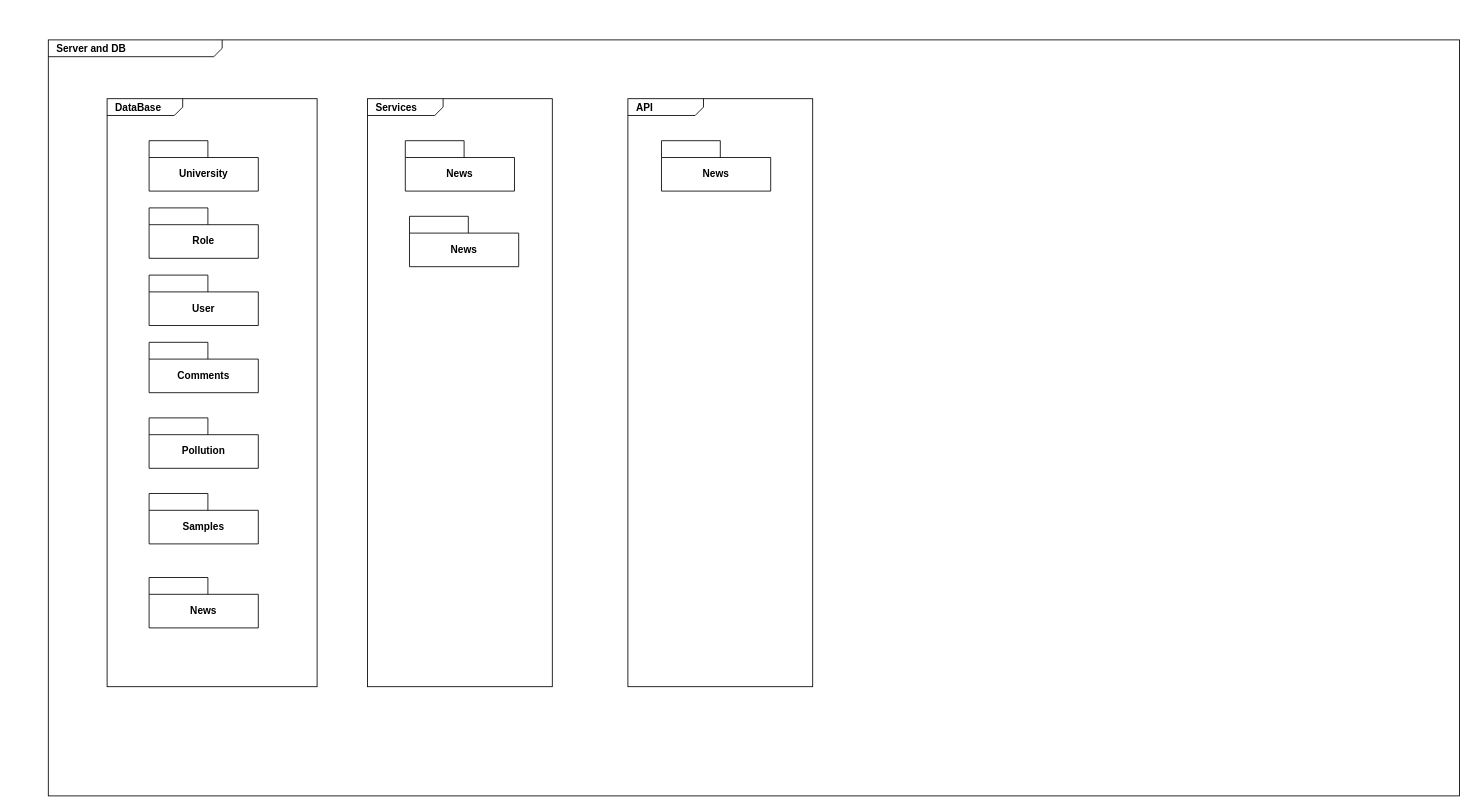
Above: Paquetage_bd.drawio in MurielleMardenli200/projet4_architecture (draw.io), before the change. Source tidied: cells renumbered, new cells numbered last; positions are measured from the earlier drawing's top-left corner, leaving out a move shared by most shapes. Both pictures are drawn from the tidied source at 84%, with x=0, y=0 at pixel (48, 39).
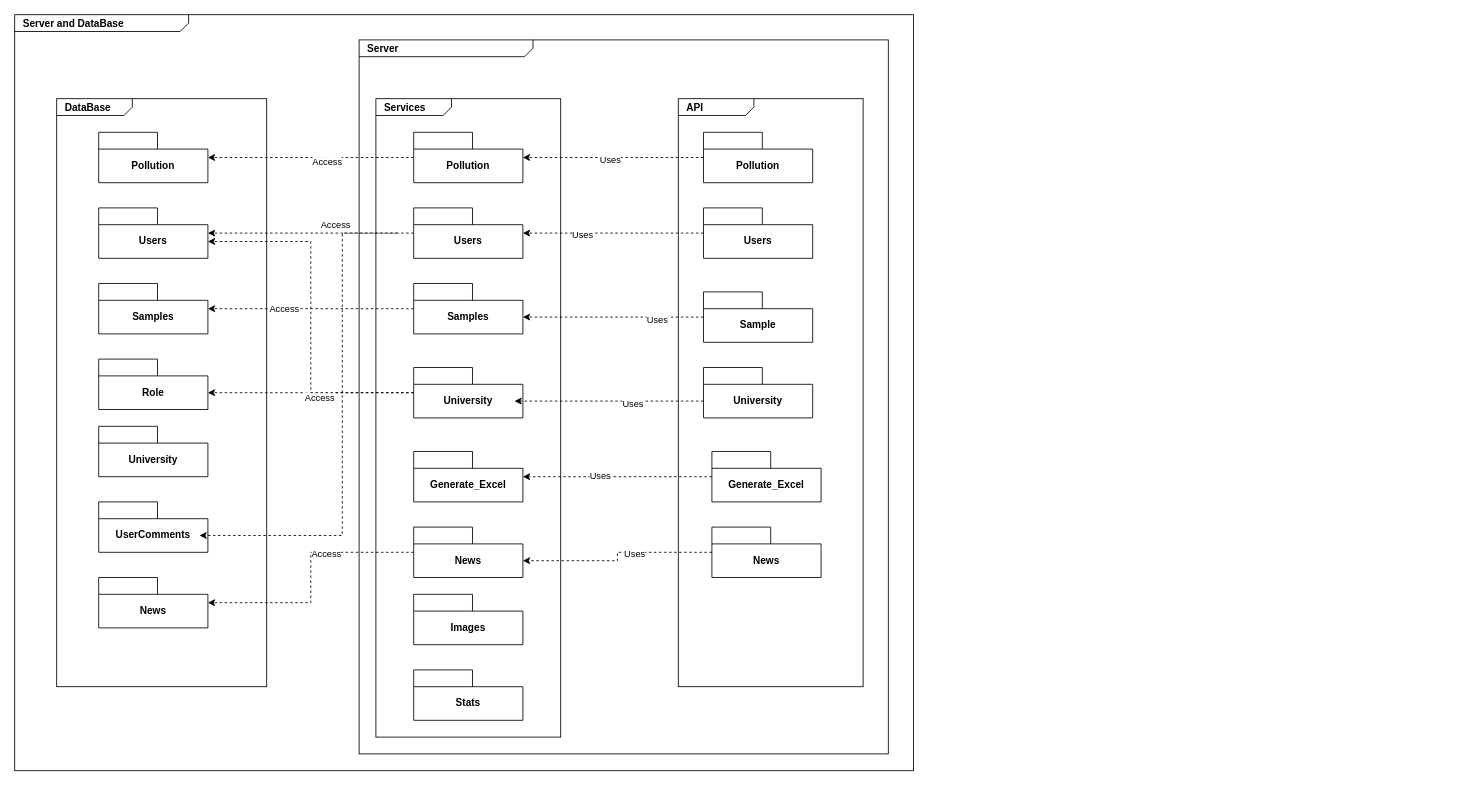
Above is the later version.

Change to the diagram source:
```diff
@@
+    <mxCell id="20" value="&lt;p style=&quot;margin: 0px ; margin-top: 4px ; margin-left: 10px ; text-align: left&quot;&gt;&lt;b&gt;Server and DataBase&lt;/b&gt;&lt;/p&gt;" style="html=1;strokeWidth=1;shape=mxgraph.sysml.package;html=1;overflow=fill;whiteSpace=wrap;fontSize=12;align=center;labelX=207;" parent="1" vertex="1">
+      <mxGeometry x="-40" y="-30" width="1070" height="900" as="geometry" />
+    </mxCell>
-    <mxCell id="2" value="&lt;p style=&quot;margin: 0px ; margin-top: 4px ; margin-left: 10px ; text-align: left&quot;&gt;&lt;b&gt;Server and DB&lt;/b&gt;&lt;/p&gt;" style="html=1;strokeWidth=1;shape=mxgraph.sysml.package;html=1;overflow=fill;whiteSpace=wrap;fontSize=12;align=center;labelX=207;" parent="1" vertex="1">
-      <mxGeometry width="1680" height="900" as="geometry" />
+    <mxCell id="2" value="&lt;p style=&quot;margin: 0px ; margin-top: 4px ; margin-left: 10px ; text-align: left&quot;&gt;&lt;b&gt;Server&lt;/b&gt;&lt;/p&gt;" style="html=1;strokeWidth=1;shape=mxgraph.sysml.package;html=1;overflow=fill;whiteSpace=wrap;fontSize=12;align=center;labelX=207;" parent="1" vertex="1">
+      <mxGeometry x="370" width="630" height="850" as="geometry" />
     </mxCell>
     <mxCell id="3" value="&lt;p style=&quot;margin:0px;margin-top:4px;margin-left:10px;text-align:left;&quot;&gt;&lt;b&gt;DataBase&lt;/b&gt;&lt;/p&gt;" style="html=1;shape=mxgraph.sysml.package;html=1;overflow=fill;whiteSpace=wrap;" parent="1" vertex="1">
-      <mxGeometry x="70" y="70" width="250" height="700" as="geometry" />
+      <mxGeometry x="10" y="70" width="250" height="700" as="geometry" />
     </mxCell>
@@
     <mxCell id="8" value="University" style="shape=folder;fontStyle=1;tabWidth=70;tabHeight=20;tabPosition=left;html=1;boundedLbl=1;whiteSpace=wrap;" parent="1" vertex="1">
-      <mxGeometry x="120" y="120" width="130" height="60" as="geometry" />
+      <mxGeometry x="60" y="460" width="130" height="60" as="geometry" />
     </mxCell>
-    <mxCell id="9" value="User" style="shape=folder;fontStyle=1;tabWidth=70;tabHeight=20;tabPosition=left;html=1;boundedLbl=1;whiteSpace=wrap;" parent="1" vertex="1">
-      <mxGeometry x="120" y="280" width="130" height="60" as="geometry" />
+    <mxCell id="9" value="Users" style="shape=folder;fontStyle=1;tabWidth=70;tabHeight=20;tabPosition=left;html=1;boundedLbl=1;whiteSpace=wrap;" parent="1" vertex="1">
+      <mxGeometry x="60" y="200" width="130" height="60" as="geometry" />
     </mxCell>
     <mxCell id="10" value="Role" style="shape=folder;fontStyle=1;tabWidth=70;tabHeight=20;tabPosition=left;html=1;boundedLbl=1;whiteSpace=wrap;" parent="1" vertex="1">
-      <mxGeometry x="120" y="200" width="130" height="60" as="geometry" />
+      <mxGeometry x="60" y="380" width="130" height="60" as="geometry" />
     </mxCell>
     <mxCell id="11" value="Samples" style="shape=folder;fontStyle=1;tabWidth=70;tabHeight=20;tabPosition=left;html=1;boundedLbl=1;whiteSpace=wrap;" parent="1" vertex="1">
-      <mxGeometry x="120" y="540" width="130" height="60" as="geometry" />
+      <mxGeometry x="60" y="290" width="130" height="60" as="geometry" />
     </mxCell>
     <mxCell id="12" value="Pollution" style="shape=folder;fontStyle=1;tabWidth=70;tabHeight=20;tabPosition=left;html=1;boundedLbl=1;whiteSpace=wrap;" parent="1" vertex="1">
-      <mxGeometry x="120" y="450" width="130" height="60" as="geometry" />
+      <mxGeometry x="60" y="110" width="130" height="60" as="geometry" />
     </mxCell>
     <mxCell id="13" value="News" style="shape=folder;fontStyle=1;tabWidth=70;tabHeight=20;tabPosition=left;html=1;boundedLbl=1;whiteSpace=wrap;" parent="1" vertex="1">
-      <mxGeometry x="120" y="640" width="130" height="60" as="geometry" />
+      <mxGeometry x="60" y="640" width="130" height="60" as="geometry" />
     </mxCell>
-    <mxCell id="14" value="Comments" style="shape=folder;fontStyle=1;tabWidth=70;tabHeight=20;tabPosition=left;html=1;boundedLbl=1;whiteSpace=wrap;" parent="1" vertex="1">
-      <mxGeometry x="120" y="360" width="130" height="60" as="geometry" />
+    <mxCell id="14" value="&lt;font style=&quot;color: rgb(0, 0, 0);&quot;&gt;UserComments&lt;/font&gt;" style="shape=folder;fontStyle=1;tabWidth=70;tabHeight=20;tabPosition=left;html=1;boundedLbl=1;whiteSpace=wrap;strokeColor=light-dark(#000000,#FFFFFF);" parent="1" vertex="1">
+      <mxGeometry x="60" y="550" width="130" height="60" as="geometry" />
     </mxCell>
     <mxCell id="15" value="&lt;p style=&quot;margin:0px;margin-top:4px;margin-left:10px;text-align:left;&quot;&gt;&lt;b&gt;API&lt;/b&gt;&lt;/p&gt;" style="html=1;shape=mxgraph.sysml.package;html=1;overflow=fill;whiteSpace=wrap;fillColor=none;" parent="1" vertex="1">
-      <mxGeometry x="690" y="70" width="220" height="700" as="geometry" />
+      <mxGeometry x="750" y="70" width="220" height="700" as="geometry" />
     </mxCell>
     <mxCell id="16" value="News" style="shape=folder;fontStyle=1;tabWidth=70;tabHeight=20;tabPosition=left;html=1;boundedLbl=1;whiteSpace=wrap;" parent="1" vertex="1">
-      <mxGeometry x="730" y="120" width="130" height="60" as="geometry" />
+      <mxGeometry x="790" y="580" width="130" height="60" as="geometry" />
     </mxCell>
     <mxCell id="17" value="&lt;p style=&quot;margin:0px;margin-top:4px;margin-left:10px;text-align:left;&quot;&gt;&lt;b&gt;Services&lt;/b&gt;&lt;/p&gt;" style="html=1;shape=mxgraph.sysml.package;html=1;overflow=fill;whiteSpace=wrap;fillColor=none;" parent="1" vertex="1">
-      <mxGeometry x="380" y="70" width="220" height="700" as="geometry" />
+      <mxGeometry x="390" y="70" width="220" height="760" as="geometry" />
     </mxCell>
+    <mxCell id="21" style="edgeStyle=orthogonalEdgeStyle;shape=connector;rounded=0;jettySize=auto;html=1;dashed=1;strokeColor=default;align=center;verticalAlign=middle;fontFamily=Helvetica;fontSize=11;fontColor=default;labelBackgroundColor=default;endArrow=classic;" parent="1" edge="1" source="18" target="13">
+      <mxGeometry relative="1" as="geometry" />
+    </mxCell>
+    <mxCell id="22" value="Access" style="edgeLabel;html=1;align=center;verticalAlign=middle;fontFamily=Helvetica;fontSize=11;fontColor=default;labelBackgroundColor=default;" parent="21" vertex="1">
+      <mxGeometry x="-0.31" y="1" relative="1" as="geometry" />
+    </mxCell>
     <mxCell id="18" value="News" style="shape=folder;fontStyle=1;tabWidth=70;tabHeight=20;tabPosition=left;html=1;boundedLbl=1;whiteSpace=wrap;" parent="1" vertex="1">
-      <mxGeometry x="425" y="120" width="130" height="60" as="geometry" />
+      <mxGeometry x="435" y="580" width="130" height="60" as="geometry" />
     </mxCell>
-    <mxCell id="19" value="News" style="shape=folder;fontStyle=1;tabWidth=70;tabHeight=20;tabPosition=left;html=1;boundedLbl=1;whiteSpace=wrap;" parent="1" vertex="1">
-      <mxGeometry x="430" y="210" width="130" height="60" as="geometry" />
+    <mxCell id="19" value="Generate_Excel" style="shape=folder;fontStyle=1;tabWidth=70;tabHeight=20;tabPosition=left;html=1;boundedLbl=1;whiteSpace=wrap;" parent="1" vertex="1">
+      <mxGeometry x="435" y="490" width="130" height="60" as="geometry" />
     </mxCell>
+    <mxCell id="23" style="edgeStyle=orthogonalEdgeStyle;rounded=0;jettySize=auto;html=1;dashed=1;" parent="1" edge="1" source="25" target="12">
+      <mxGeometry relative="1" as="geometry" />
+    </mxCell>
+    <mxCell id="24" value="Access" style="edgeLabel;html=1;align=center;verticalAlign=middle;fontFamily=Helvetica;fontSize=11;fontColor=default;labelBackgroundColor=default;" parent="23" vertex="1">
+      <mxGeometry x="-0.15" y="5" relative="1" as="geometry" />
+    </mxCell>
+    <mxCell id="25" value="Pollution" style="shape=folder;fontStyle=1;tabWidth=70;tabHeight=20;tabPosition=left;html=1;boundedLbl=1;whiteSpace=wrap;" parent="1" vertex="1">
+      <mxGeometry x="435" y="110" width="130" height="60" as="geometry" />
+    </mxCell>
+    <mxCell id="26" style="edgeStyle=orthogonalEdgeStyle;shape=connector;rounded=0;jettySize=auto;html=1;dashed=1;strokeColor=default;align=center;verticalAlign=middle;fontFamily=Helvetica;fontSize=11;fontColor=default;labelBackgroundColor=default;endArrow=classic;" parent="1" edge="1" source="28" target="9">
+      <mxGeometry relative="1" as="geometry" />
+    </mxCell>
+    <mxCell id="27" value="Access" style="edgeLabel;html=1;align=center;verticalAlign=middle;fontFamily=Helvetica;fontSize=11;fontColor=default;labelBackgroundColor=default;" parent="26" vertex="1">
+      <mxGeometry x="-0.23" y="-2" relative="1" as="geometry">
+        <mxPoint y="-8" as="offset" />
+      </mxGeometry>
+    </mxCell>
+    <mxCell id="28" value="Users" style="shape=folder;fontStyle=1;tabWidth=70;tabHeight=20;tabPosition=left;html=1;boundedLbl=1;whiteSpace=wrap;" parent="1" vertex="1">
+      <mxGeometry x="435" y="200" width="130" height="60" as="geometry" />
+    </mxCell>
+    <mxCell id="29" style="edgeStyle=orthogonalEdgeStyle;shape=connector;rounded=0;jettySize=auto;html=1;dashed=1;strokeColor=default;align=center;verticalAlign=middle;fontFamily=Helvetica;fontSize=11;fontColor=default;labelBackgroundColor=default;endArrow=classic;" parent="1" edge="1" source="31" target="11">
+      <mxGeometry relative="1" as="geometry" />
+    </mxCell>
+    <mxCell id="30" value="Access" style="edgeLabel;html=1;align=center;verticalAlign=middle;fontFamily=Helvetica;fontSize=11;fontColor=default;labelBackgroundColor=default;" parent="29" vertex="1">
+      <mxGeometry x="0.13" y="2" relative="1" as="geometry">
+        <mxPoint x="-17" y="-2" as="offset" />
+      </mxGeometry>
+    </mxCell>
+    <mxCell id="31" value="Samples" style="shape=folder;fontStyle=1;tabWidth=70;tabHeight=20;tabPosition=left;html=1;boundedLbl=1;whiteSpace=wrap;" parent="1" vertex="1">
+      <mxGeometry x="435" y="290" width="130" height="60" as="geometry" />
+    </mxCell>
+    <mxCell id="32" value="University" style="shape=folder;fontStyle=1;tabWidth=70;tabHeight=20;tabPosition=left;html=1;boundedLbl=1;whiteSpace=wrap;" parent="1" vertex="1">
+      <mxGeometry x="435" y="390" width="130" height="60" as="geometry" />
+    </mxCell>
+    <mxCell id="33" value="Images" style="shape=folder;fontStyle=1;tabWidth=70;tabHeight=20;tabPosition=left;html=1;boundedLbl=1;whiteSpace=wrap;" parent="1" vertex="1">
+      <mxGeometry x="435" y="660" width="130" height="60" as="geometry" />
+    </mxCell>
+    <mxCell id="34" value="Stats" style="shape=folder;fontStyle=1;tabWidth=70;tabHeight=20;tabPosition=left;html=1;boundedLbl=1;whiteSpace=wrap;" parent="1" vertex="1">
+      <mxGeometry x="435" y="750" width="130" height="60" as="geometry" />
+    </mxCell>
+    <mxCell id="35" style="edgeStyle=orthogonalEdgeStyle;shape=connector;rounded=0;jettySize=auto;html=1;entryX=0;entryY=0;entryDx=130;entryDy=40;entryPerimeter=0;dashed=1;strokeColor=default;align=center;verticalAlign=middle;fontFamily=Helvetica;fontSize=11;fontColor=default;labelBackgroundColor=default;endArrow=classic;" parent="1" edge="1" source="32" target="10">
+      <mxGeometry relative="1" as="geometry" />
+    </mxCell>
+    <mxCell id="36" value="Access" style="edgeLabel;html=1;align=center;verticalAlign=middle;fontFamily=Helvetica;fontSize=11;fontColor=default;labelBackgroundColor=default;" parent="35" vertex="1">
+      <mxGeometry x="-0.08" y="-2" relative="1" as="geometry">
+        <mxPoint y="7" as="offset" />
+      </mxGeometry>
+    </mxCell>
+    <mxCell id="37" style="edgeStyle=orthogonalEdgeStyle;shape=connector;rounded=0;jettySize=auto;html=1;entryX=0;entryY=0;entryDx=130;entryDy=40;entryPerimeter=0;dashed=1;strokeColor=default;align=center;verticalAlign=middle;fontFamily=Helvetica;fontSize=11;fontColor=default;labelBackgroundColor=default;endArrow=classic;" parent="1" edge="1" source="32" target="9">
+      <mxGeometry relative="1" as="geometry" />
+    </mxCell>
+    <mxCell id="38" style="edgeStyle=orthogonalEdgeStyle;shape=connector;rounded=0;orthogonalLoop=1;jettySize=auto;html=1;entryX=0;entryY=0;entryDx=130;entryDy=40;entryPerimeter=0;dashed=1;strokeColor=default;align=center;verticalAlign=middle;fontFamily=Helvetica;fontSize=11;fontColor=default;labelBackgroundColor=default;endArrow=classic;" parent="1" edge="1">
+      <mxGeometry relative="1" as="geometry">
+        <mxPoint x="415" y="230" as="sourcePoint" />
+        <mxPoint x="180" y="590" as="targetPoint" />
+        <Array as="points">
+          <mxPoint x="350" y="230" />
+          <mxPoint x="350" y="590" />
+        </Array>
+      </mxGeometry>
+    </mxCell>
+    <mxCell id="39" style="edgeStyle=orthogonalEdgeStyle;shape=connector;rounded=0;jettySize=auto;html=1;dashed=1;strokeColor=default;align=center;verticalAlign=middle;fontFamily=Helvetica;fontSize=11;fontColor=default;labelBackgroundColor=default;endArrow=classic;" parent="1" edge="1" source="41" target="19">
+      <mxGeometry relative="1" as="geometry" />
+    </mxCell>
+    <mxCell id="40" value="Uses" style="edgeLabel;html=1;align=center;verticalAlign=middle;fontFamily=Helvetica;fontSize=11;fontColor=default;labelBackgroundColor=default;" parent="39" vertex="1">
+      <mxGeometry x="0.2" y="-2" relative="1" as="geometry">
+        <mxPoint x="1" as="offset" />
+      </mxGeometry>
+    </mxCell>
+    <mxCell id="41" value="Generate_Excel" style="shape=folder;fontStyle=1;tabWidth=70;tabHeight=20;tabPosition=left;html=1;boundedLbl=1;whiteSpace=wrap;" parent="1" vertex="1">
+      <mxGeometry x="790" y="490" width="130" height="60" as="geometry" />
+    </mxCell>
+    <mxCell id="42" style="edgeStyle=orthogonalEdgeStyle;shape=connector;rounded=0;jettySize=auto;html=1;dashed=1;strokeColor=default;align=center;verticalAlign=middle;fontFamily=Helvetica;fontSize=11;fontColor=default;labelBackgroundColor=default;endArrow=classic;" parent="1" edge="1" source="44" target="25">
+      <mxGeometry relative="1" as="geometry" />
+    </mxCell>
+    <mxCell id="43" value="Uses" style="edgeLabel;html=1;align=center;verticalAlign=middle;fontFamily=Helvetica;fontSize=11;fontColor=default;labelBackgroundColor=default;" parent="42" vertex="1">
+      <mxGeometry x="0.05" y="2" relative="1" as="geometry">
+        <mxPoint x="1" as="offset" />
+      </mxGeometry>
+    </mxCell>
+    <mxCell id="44" value="Pollution" style="shape=folder;fontStyle=1;tabWidth=70;tabHeight=20;tabPosition=left;html=1;boundedLbl=1;whiteSpace=wrap;" parent="1" vertex="1">
+      <mxGeometry x="780" y="110" width="130" height="60" as="geometry" />
+    </mxCell>
+    <mxCell id="45" value="Users" style="shape=folder;fontStyle=1;tabWidth=70;tabHeight=20;tabPosition=left;html=1;boundedLbl=1;whiteSpace=wrap;" parent="1" vertex="1">
+      <mxGeometry x="780" y="200" width="130" height="60" as="geometry" />
+    </mxCell>
+    <mxCell id="46" style="edgeStyle=orthogonalEdgeStyle;shape=connector;rounded=0;jettySize=auto;html=1;entryX=0;entryY=0;entryDx=130;entryDy=30;entryPerimeter=0;dashed=1;strokeColor=default;align=center;verticalAlign=middle;fontFamily=Helvetica;fontSize=11;fontColor=default;labelBackgroundColor=default;endArrow=classic;" parent="1" edge="1" source="45" target="28">
+      <mxGeometry relative="1" as="geometry" />
+    </mxCell>
+    <mxCell id="47" value="Uses" style="edgeLabel;html=1;align=center;verticalAlign=middle;fontFamily=Helvetica;fontSize=11;fontColor=default;labelBackgroundColor=default;" parent="46" vertex="1">
+      <mxGeometry x="0.36" y="1" relative="1" as="geometry">
+        <mxPoint x="1" as="offset" />
+      </mxGeometry>
+    </mxCell>
+    <mxCell id="48" value="Sample" style="shape=folder;fontStyle=1;tabWidth=70;tabHeight=20;tabPosition=left;html=1;boundedLbl=1;whiteSpace=wrap;" parent="1" vertex="1">
+      <mxGeometry x="780" y="300" width="130" height="60" as="geometry" />
+    </mxCell>
+    <mxCell id="49" style="edgeStyle=orthogonalEdgeStyle;shape=connector;rounded=0;jettySize=auto;html=1;entryX=0;entryY=0;entryDx=130;entryDy=40;entryPerimeter=0;dashed=1;strokeColor=default;align=center;verticalAlign=middle;fontFamily=Helvetica;fontSize=11;fontColor=default;labelBackgroundColor=default;endArrow=classic;" parent="1" edge="1" source="48" target="31">
+      <mxGeometry relative="1" as="geometry" />
+    </mxCell>
+    <mxCell id="50" value="Uses" style="edgeLabel;html=1;align=center;verticalAlign=middle;fontFamily=Helvetica;fontSize=11;fontColor=default;labelBackgroundColor=default;" parent="49" vertex="1">
+      <mxGeometry x="-0.47" y="2" relative="1" as="geometry">
+        <mxPoint x="1" as="offset" />
+      </mxGeometry>
+    </mxCell>
+    <mxCell id="51" style="edgeStyle=orthogonalEdgeStyle;shape=connector;rounded=0;jettySize=auto;html=1;dashed=1;strokeColor=default;align=center;verticalAlign=middle;fontFamily=Helvetica;fontSize=11;fontColor=default;labelBackgroundColor=default;endArrow=classic;exitX=0;exitY=0;exitDx=0;exitDy=40;exitPerimeter=0;" parent="1" edge="1" source="53">
+      <mxGeometry relative="1" as="geometry">
+        <mxPoint x="555" y="430" as="targetPoint" />
+      </mxGeometry>
+    </mxCell>
+    <mxCell id="52" value="Uses" style="edgeLabel;html=1;align=center;verticalAlign=middle;fontFamily=Helvetica;fontSize=11;fontColor=default;labelBackgroundColor=default;" parent="51" vertex="1">
+      <mxGeometry x="-0.24" y="3" relative="1" as="geometry">
+        <mxPoint x="1" as="offset" />
+      </mxGeometry>
+    </mxCell>
+    <mxCell id="53" value="University" style="shape=folder;fontStyle=1;tabWidth=70;tabHeight=20;tabPosition=left;html=1;boundedLbl=1;whiteSpace=wrap;" parent="1" vertex="1">
+      <mxGeometry x="780" y="390" width="130" height="60" as="geometry" />
+    </mxCell>
+    <mxCell id="54" style="edgeStyle=orthogonalEdgeStyle;shape=connector;rounded=0;jettySize=auto;html=1;entryX=0;entryY=0;entryDx=130;entryDy=40;entryPerimeter=0;dashed=1;strokeColor=default;align=center;verticalAlign=middle;fontFamily=Helvetica;fontSize=11;fontColor=default;labelBackgroundColor=default;endArrow=classic;" parent="1" edge="1" source="16" target="18">
+      <mxGeometry relative="1" as="geometry" />
+    </mxCell>
+    <mxCell id="55" value="Uses" style="edgeLabel;html=1;align=center;verticalAlign=middle;fontFamily=Helvetica;fontSize=11;fontColor=default;labelBackgroundColor=default;" parent="54" vertex="1">
+      <mxGeometry x="-0.21" y="1" relative="1" as="geometry" />
+    </mxCell>
```
